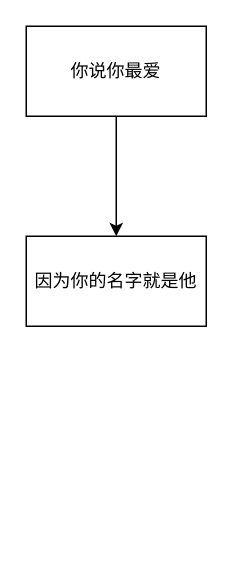
Earlier version of the draw.io diagram 未命名绘图.drawio (echohawkOuyang/NiceToMeetYou). Source tidied: cells renumbered, new cells numbered last; positions are measured from the earlier drawing's top-left corner, leaving out a move shared by most shapes. Both pictures are drawn from the tidied source at 150%, with x=0, y=0 at pixel (26, 26).
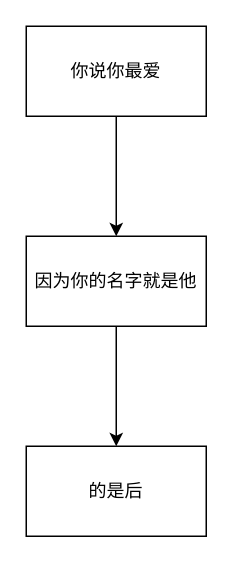
The same page after the edit.

Commit message (it also covers changes not shown here):
更新未命名绘图.drawio

Change to the diagram source:
```diff
@@
 <mxGraphModel>
   <root>
     <mxCell id="0" />
     <mxCell id="1" parent="0" />
     <mxCell id="2" style="edgeStyle=orthogonalEdgeStyle;rounded=0;jettySize=auto;html=1;" parent="1" edge="1" source="3" target="4">
       <mxGeometry relative="1" as="geometry" />
     </mxCell>
     <mxCell id="3" value="你说你最爱" style="rounded=0;whiteSpace=wrap;html=1;" parent="1" vertex="1">
       <mxGeometry width="120" height="60" as="geometry" />
     </mxCell>
+    <mxCell id="5" style="edgeStyle=orthogonalEdgeStyle;rounded=0;jettySize=auto;html=1;" parent="1" edge="1" source="4" target="6">
+      <mxGeometry relative="1" as="geometry" />
+    </mxCell>
     <mxCell id="4" value="因为你的名字就是他" style="rounded=0;whiteSpace=wrap;html=1;" parent="1" vertex="1">
       <mxGeometry y="140" width="120" height="60" as="geometry" />
     </mxCell>
+    <mxCell id="6" value="的是后" style="whiteSpace=wrap;html=1;rounded=0;" parent="1" vertex="1">
+      <mxGeometry y="280" width="120" height="60" as="geometry" />
+    </mxCell>
   </root>
 </mxGraphModel>
```
